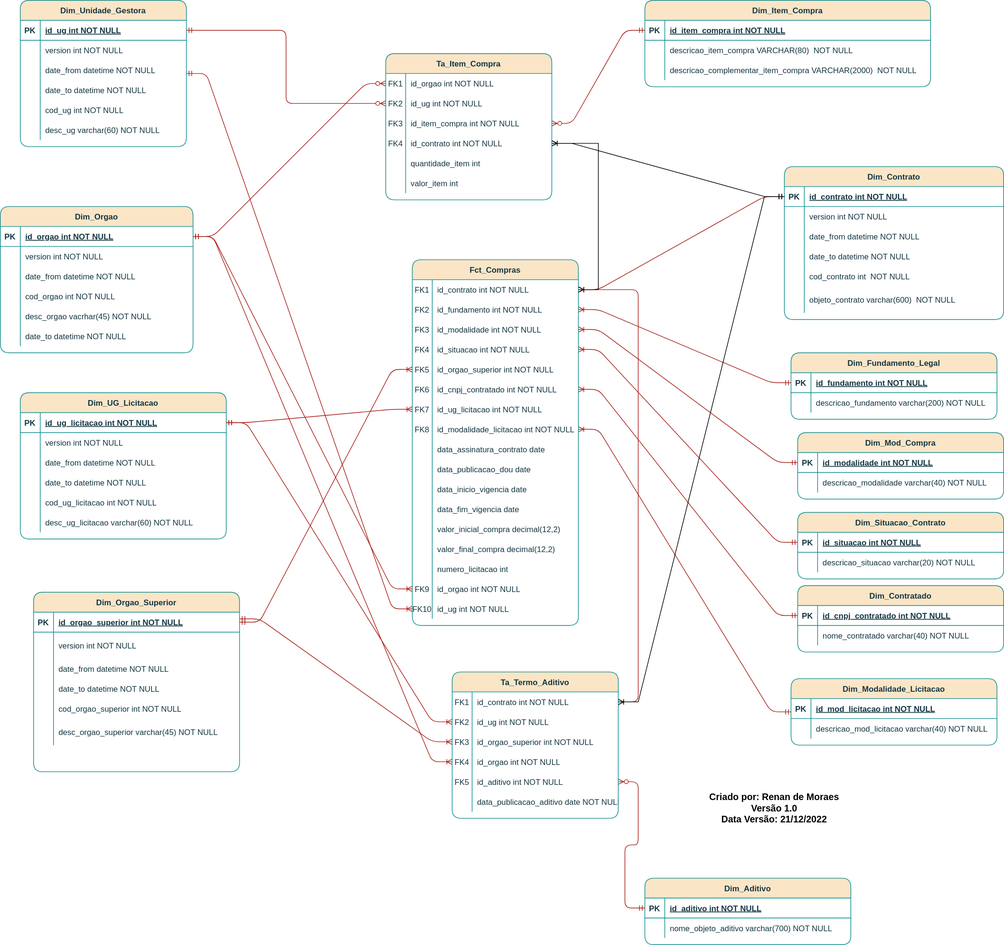
The draw.io diagram DW-COMPRAS-GOV-FEDERAL.svg in mpraes/projeto_dados_gov_federal, before a commit. Source tidied: cells renumbered, new cells last; positions are measured from the earlier drawing's top-left corner, leaving out a move shared by most shapes.
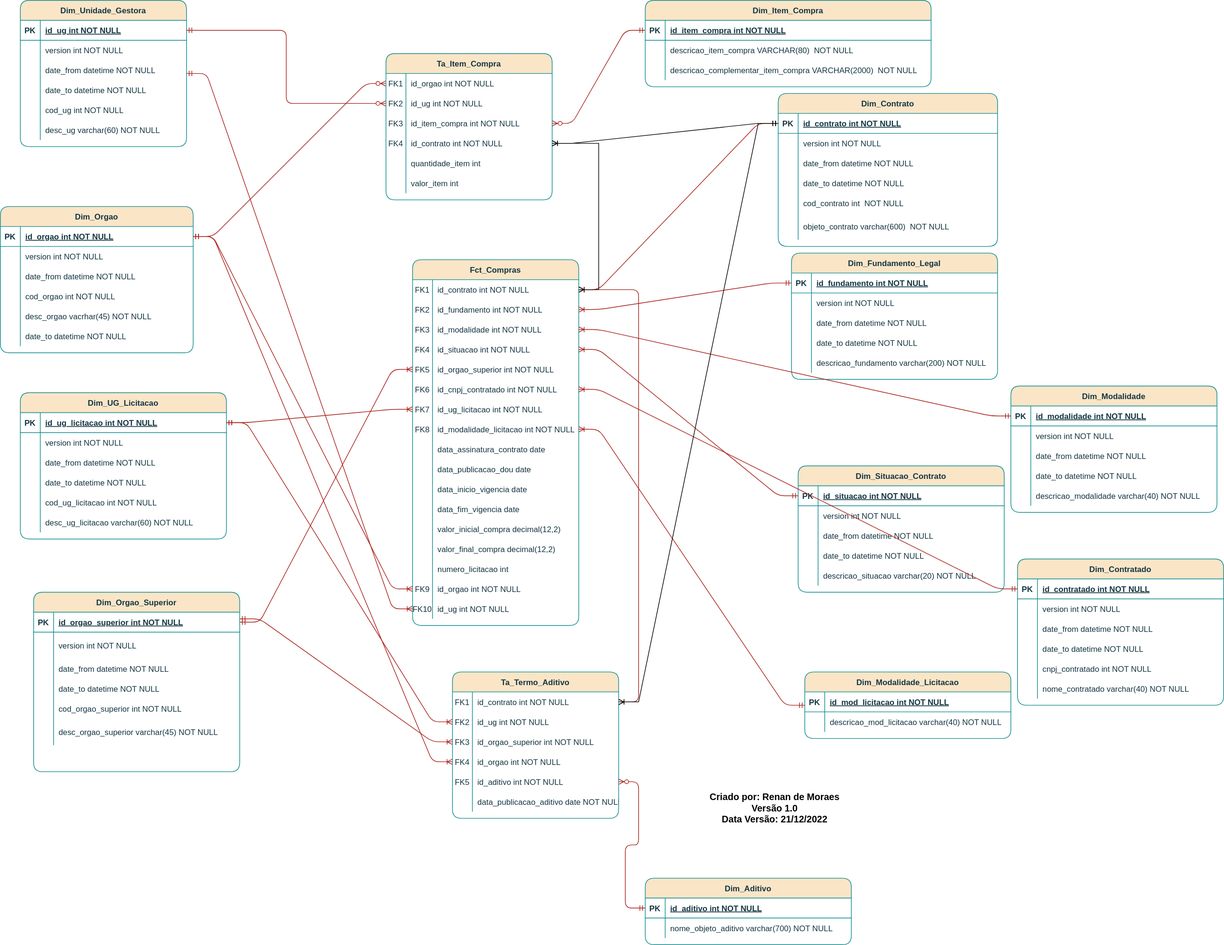
The same diagram one commit later.

What changed in the source:
```diff
@@ -215,3 +215,3 @@
     <mxCell id="72" value="Dim_Contrato" style="shape=table;startSize=30;rowLines=0;fontStyle=1;align=center;labelBackgroundColor=none;fillColor=#FAE5C7;strokeColor=#0F8B8D;fontColor=#143642;rounded=1;" parent="1" vertex="1">
-      <mxGeometry x="1180" y="250" width="330" height="230" as="geometry" />
+      <mxGeometry x="1170" y="140" width="330" height="230" as="geometry" />
     </mxCell>
@@ -272,3 +272,3 @@
     <mxCell id="91" value="Dim_Fundamento_Legal" style="shape=table;startSize=30;rowLines=0;fontStyle=1;align=center;labelBackgroundColor=none;fillColor=#FAE5C7;strokeColor=#0F8B8D;fontColor=#143642;rounded=1;" parent="1" vertex="1">
-      <mxGeometry x="1190" y="530" width="310" height="100" as="geometry" />
+      <mxGeometry x="1190" y="380" width="310" height="190" as="geometry" />
     </mxCell>
@@ -289,7 +289,34 @@
     </mxCell>
-    <mxCell id="97" value="descricao_fundamento varchar(200) NOT NULL" style="shape=partialRectangle;overflow=hidden;fillColor=none;top=0;left=0;bottom=0;right=0;align=left;spacingLeft=6;labelBackgroundColor=none;strokeColor=#0F8B8D;fontColor=#143642;rounded=1;" parent="95" vertex="1">
+    <mxCell id="97" value="version int NOT NULL" style="shape=partialRectangle;overflow=hidden;fillColor=none;top=0;left=0;bottom=0;right=0;align=left;spacingLeft=6;labelBackgroundColor=none;strokeColor=#0F8B8D;fontColor=#143642;rounded=1;" parent="95" vertex="1">
       <mxGeometry x="30" width="280" height="30" as="geometry" />
     </mxCell>
+    <mxCell id="261" style="shape=partialRectangle;fillColor=none;top=0;left=0;right=0;bottom=0;labelBackgroundColor=none;strokeColor=#0F8B8D;fontColor=#143642;rounded=1;" parent="91" vertex="1">
+      <mxGeometry y="90" width="310" height="30" as="geometry" />
+    </mxCell>
+    <mxCell id="262" style="shape=partialRectangle;overflow=hidden;fillColor=none;top=0;left=0;bottom=0;right=0;labelBackgroundColor=none;strokeColor=#0F8B8D;fontColor=#143642;rounded=1;" parent="261" vertex="1">
+      <mxGeometry width="30" height="30" as="geometry" />
+    </mxCell>
+    <mxCell id="263" value="date_from datetime NOT NULL" style="shape=partialRectangle;overflow=hidden;fillColor=none;top=0;left=0;bottom=0;right=0;align=left;spacingLeft=6;labelBackgroundColor=none;strokeColor=#0F8B8D;fontColor=#143642;rounded=1;" parent="261" vertex="1">
+      <mxGeometry x="30" width="280" height="30" as="geometry" />
+    </mxCell>
+    <mxCell id="264" style="shape=partialRectangle;fillColor=none;top=0;left=0;right=0;bottom=0;labelBackgroundColor=none;strokeColor=#0F8B8D;fontColor=#143642;rounded=1;" parent="91" vertex="1">
+      <mxGeometry y="120" width="310" height="30" as="geometry" />
+    </mxCell>
+    <mxCell id="265" style="shape=partialRectangle;overflow=hidden;fillColor=none;top=0;left=0;bottom=0;right=0;labelBackgroundColor=none;strokeColor=#0F8B8D;fontColor=#143642;rounded=1;" parent="264" vertex="1">
+      <mxGeometry width="30" height="30" as="geometry" />
+    </mxCell>
+    <mxCell id="266" value="date_to datetime NOT NULL" style="shape=partialRectangle;overflow=hidden;fillColor=none;top=0;left=0;bottom=0;right=0;align=left;spacingLeft=6;labelBackgroundColor=none;strokeColor=#0F8B8D;fontColor=#143642;rounded=1;" parent="264" vertex="1">
+      <mxGeometry x="30" width="280" height="30" as="geometry" />
+    </mxCell>
+    <mxCell id="267" style="shape=partialRectangle;fillColor=none;top=0;left=0;right=0;bottom=0;labelBackgroundColor=none;strokeColor=#0F8B8D;fontColor=#143642;rounded=1;" parent="91" vertex="1">
+      <mxGeometry y="150" width="310" height="30" as="geometry" />
+    </mxCell>
+    <mxCell id="268" style="shape=partialRectangle;overflow=hidden;fillColor=none;top=0;left=0;bottom=0;right=0;labelBackgroundColor=none;strokeColor=#0F8B8D;fontColor=#143642;rounded=1;" parent="267" vertex="1">
+      <mxGeometry width="30" height="30" as="geometry" />
+    </mxCell>
+    <mxCell id="269" value="descricao_fundamento varchar(200) NOT NULL" style="shape=partialRectangle;overflow=hidden;fillColor=none;top=0;left=0;bottom=0;right=0;align=left;spacingLeft=6;labelBackgroundColor=none;strokeColor=#0F8B8D;fontColor=#143642;rounded=1;" parent="267" vertex="1">
+      <mxGeometry x="30" width="280" height="30" as="geometry" />
+    </mxCell>
-    <mxCell id="98" value="Dim_Mod_Compra" style="shape=table;startSize=30;rowLines=0;fontStyle=1;align=center;labelBackgroundColor=none;fillColor=#FAE5C7;strokeColor=#0F8B8D;fontColor=#143642;rounded=1;" parent="1" vertex="1">
-      <mxGeometry x="1200" y="650" width="310" height="100" as="geometry" />
+    <mxCell id="98" value="Dim_Modalidade" style="shape=table;startSize=30;rowLines=0;fontStyle=1;align=center;labelBackgroundColor=none;fillColor=#FAE5C7;strokeColor=#0F8B8D;fontColor=#143642;rounded=1;" parent="1" vertex="1">
+      <mxGeometry x="1520" y="580" width="310" height="190" as="geometry" />
     </mxCell>
@@ -310,7 +337,34 @@
     </mxCell>
-    <mxCell id="104" value="descricao_modalidade varchar(40) NOT NULL" style="shape=partialRectangle;overflow=hidden;fillColor=none;top=0;left=0;bottom=0;right=0;align=left;spacingLeft=6;labelBackgroundColor=none;strokeColor=#0F8B8D;fontColor=#143642;rounded=1;" parent="102" vertex="1">
+    <mxCell id="104" value="version int NOT NULL" style="shape=partialRectangle;overflow=hidden;fillColor=none;top=0;left=0;bottom=0;right=0;align=left;spacingLeft=6;labelBackgroundColor=none;strokeColor=#0F8B8D;fontColor=#143642;rounded=1;" parent="102" vertex="1">
       <mxGeometry x="30" width="280" height="30" as="geometry" />
     </mxCell>
+    <mxCell id="270" style="shape=partialRectangle;fillColor=none;top=0;left=0;right=0;bottom=0;labelBackgroundColor=none;strokeColor=#0F8B8D;fontColor=#143642;rounded=1;" parent="98" vertex="1">
+      <mxGeometry y="90" width="310" height="30" as="geometry" />
+    </mxCell>
+    <mxCell id="271" style="shape=partialRectangle;overflow=hidden;fillColor=none;top=0;left=0;bottom=0;right=0;labelBackgroundColor=none;strokeColor=#0F8B8D;fontColor=#143642;rounded=1;" parent="270" vertex="1">
+      <mxGeometry width="30" height="30" as="geometry" />
+    </mxCell>
+    <mxCell id="272" value="date_from datetime NOT NULL" style="shape=partialRectangle;overflow=hidden;fillColor=none;top=0;left=0;bottom=0;right=0;align=left;spacingLeft=6;labelBackgroundColor=none;strokeColor=#0F8B8D;fontColor=#143642;rounded=1;" parent="270" vertex="1">
+      <mxGeometry x="30" width="280" height="30" as="geometry" />
+    </mxCell>
+    <mxCell id="273" style="shape=partialRectangle;fillColor=none;top=0;left=0;right=0;bottom=0;labelBackgroundColor=none;strokeColor=#0F8B8D;fontColor=#143642;rounded=1;" parent="98" vertex="1">
+      <mxGeometry y="120" width="310" height="30" as="geometry" />
+    </mxCell>
+    <mxCell id="274" style="shape=partialRectangle;overflow=hidden;fillColor=none;top=0;left=0;bottom=0;right=0;labelBackgroundColor=none;strokeColor=#0F8B8D;fontColor=#143642;rounded=1;" parent="273" vertex="1">
+      <mxGeometry width="30" height="30" as="geometry" />
+    </mxCell>
+    <mxCell id="275" value="date_to datetime NOT NULL" style="shape=partialRectangle;overflow=hidden;fillColor=none;top=0;left=0;bottom=0;right=0;align=left;spacingLeft=6;labelBackgroundColor=none;strokeColor=#0F8B8D;fontColor=#143642;rounded=1;" parent="273" vertex="1">
+      <mxGeometry x="30" width="280" height="30" as="geometry" />
+    </mxCell>
+    <mxCell id="276" style="shape=partialRectangle;fillColor=none;top=0;left=0;right=0;bottom=0;labelBackgroundColor=none;strokeColor=#0F8B8D;fontColor=#143642;rounded=1;" parent="98" vertex="1">
+      <mxGeometry y="150" width="310" height="30" as="geometry" />
+    </mxCell>
+    <mxCell id="277" style="shape=partialRectangle;overflow=hidden;fillColor=none;top=0;left=0;bottom=0;right=0;labelBackgroundColor=none;strokeColor=#0F8B8D;fontColor=#143642;rounded=1;" parent="276" vertex="1">
+      <mxGeometry width="30" height="30" as="geometry" />
+    </mxCell>
+    <mxCell id="278" value="descricao_modalidade varchar(40) NOT NULL" style="shape=partialRectangle;overflow=hidden;fillColor=none;top=0;left=0;bottom=0;right=0;align=left;spacingLeft=6;labelBackgroundColor=none;strokeColor=#0F8B8D;fontColor=#143642;rounded=1;" parent="276" vertex="1">
+      <mxGeometry x="30" width="280" height="30" as="geometry" />
+    </mxCell>
     <mxCell id="105" value="Dim_Situacao_Contrato" style="shape=table;startSize=30;rowLines=0;fontStyle=1;align=center;labelBackgroundColor=none;fillColor=#FAE5C7;strokeColor=#0F8B8D;fontColor=#143642;rounded=1;" parent="1" vertex="1">
-      <mxGeometry x="1200" y="770" width="310" height="100" as="geometry" />
+      <mxGeometry x="1200" y="700" width="310" height="190" as="geometry" />
     </mxCell>
@@ -331,5 +385,32 @@
     </mxCell>
-    <mxCell id="111" value="descricao_situacao varchar(20) NOT NULL" style="shape=partialRectangle;overflow=hidden;fillColor=none;top=0;left=0;bottom=0;right=0;align=left;spacingLeft=6;labelBackgroundColor=none;strokeColor=#0F8B8D;fontColor=#143642;rounded=1;" parent="109" vertex="1">
+    <mxCell id="111" value="version int NOT NULL" style="shape=partialRectangle;overflow=hidden;fillColor=none;top=0;left=0;bottom=0;right=0;align=left;spacingLeft=6;labelBackgroundColor=none;strokeColor=#0F8B8D;fontColor=#143642;rounded=1;" parent="109" vertex="1">
       <mxGeometry x="30" width="280" height="30" as="geometry" />
     </mxCell>
+    <mxCell id="279" style="shape=partialRectangle;fillColor=none;top=0;left=0;right=0;bottom=0;labelBackgroundColor=none;strokeColor=#0F8B8D;fontColor=#143642;rounded=1;" parent="105" vertex="1">
+      <mxGeometry y="90" width="310" height="30" as="geometry" />
+    </mxCell>
+    <mxCell id="280" style="shape=partialRectangle;overflow=hidden;fillColor=none;top=0;left=0;bottom=0;right=0;labelBackgroundColor=none;strokeColor=#0F8B8D;fontColor=#143642;rounded=1;" parent="279" vertex="1">
+      <mxGeometry width="30" height="30" as="geometry" />
+    </mxCell>
+    <mxCell id="281" value="date_from datetime NOT NULL" style="shape=partialRectangle;overflow=hidden;fillColor=none;top=0;left=0;bottom=0;right=0;align=left;spacingLeft=6;labelBackgroundColor=none;strokeColor=#0F8B8D;fontColor=#143642;rounded=1;" parent="279" vertex="1">
+      <mxGeometry x="30" width="280" height="30" as="geometry" />
+    </mxCell>
+    <mxCell id="282" style="shape=partialRectangle;fillColor=none;top=0;left=0;right=0;bottom=0;labelBackgroundColor=none;strokeColor=#0F8B8D;fontColor=#143642;rounded=1;" parent="105" vertex="1">
+      <mxGeometry y="120" width="310" height="30" as="geometry" />
+    </mxCell>
+    <mxCell id="283" style="shape=partialRectangle;overflow=hidden;fillColor=none;top=0;left=0;bottom=0;right=0;labelBackgroundColor=none;strokeColor=#0F8B8D;fontColor=#143642;rounded=1;" parent="282" vertex="1">
+      <mxGeometry width="30" height="30" as="geometry" />
+    </mxCell>
+    <mxCell id="284" value="date_to datetime NOT NULL" style="shape=partialRectangle;overflow=hidden;fillColor=none;top=0;left=0;bottom=0;right=0;align=left;spacingLeft=6;labelBackgroundColor=none;strokeColor=#0F8B8D;fontColor=#143642;rounded=1;" parent="282" vertex="1">
+      <mxGeometry x="30" width="280" height="30" as="geometry" />
+    </mxCell>
+    <mxCell id="285" style="shape=partialRectangle;fillColor=none;top=0;left=0;right=0;bottom=0;labelBackgroundColor=none;strokeColor=#0F8B8D;fontColor=#143642;rounded=1;" parent="105" vertex="1">
+      <mxGeometry y="150" width="310" height="30" as="geometry" />
+    </mxCell>
+    <mxCell id="286" style="shape=partialRectangle;overflow=hidden;fillColor=none;top=0;left=0;bottom=0;right=0;labelBackgroundColor=none;strokeColor=#0F8B8D;fontColor=#143642;rounded=1;" parent="285" vertex="1">
+      <mxGeometry width="30" height="30" as="geometry" />
+    </mxCell>
+    <mxCell id="287" value="descricao_situacao varchar(20) NOT NULL" style="shape=partialRectangle;overflow=hidden;fillColor=none;top=0;left=0;bottom=0;right=0;align=left;spacingLeft=6;labelBackgroundColor=none;strokeColor=#0F8B8D;fontColor=#143642;rounded=1;" parent="285" vertex="1">
+      <mxGeometry x="30" width="280" height="30" as="geometry" />
+    </mxCell>
     <mxCell id="112" value="Dim_Orgao_Superior" style="shape=table;startSize=30;rowLines=0;fontStyle=1;align=center;labelBackgroundColor=none;fillColor=#FAE5C7;strokeColor=#0F8B8D;fontColor=#143642;rounded=1;" parent="1" vertex="1">
@@ -392,3 +473,3 @@
     <mxCell id="131" value="Dim_Contratado" style="shape=table;startSize=30;rowLines=0;fontStyle=1;align=center;labelBackgroundColor=none;fillColor=#FAE5C7;strokeColor=#0F8B8D;fontColor=#143642;rounded=1;" parent="1" vertex="1">
-      <mxGeometry x="1200" y="880" width="310" height="100" as="geometry" />
+      <mxGeometry x="1530" y="840" width="310" height="220" as="geometry" />
     </mxCell>
@@ -400,3 +481,3 @@
     </mxCell>
-    <mxCell id="134" value="id_cnpj_contratado int NOT NULL " style="shape=partialRectangle;overflow=hidden;fillColor=none;top=0;left=0;bottom=0;right=0;align=left;spacingLeft=6;fontStyle=5;labelBackgroundColor=none;strokeColor=#0F8B8D;fontColor=#143642;rounded=1;" parent="132" vertex="1">
+    <mxCell id="134" value="id_contratado int NOT NULL " style="shape=partialRectangle;overflow=hidden;fillColor=none;top=0;left=0;bottom=0;right=0;align=left;spacingLeft=6;fontStyle=5;labelBackgroundColor=none;strokeColor=#0F8B8D;fontColor=#143642;rounded=1;" parent="132" vertex="1">
       <mxGeometry x="30" width="280" height="30" as="geometry" />
@@ -409,5 +490,41 @@
     </mxCell>
-    <mxCell id="137" value="nome_contratado varchar(40) NOT NULL" style="shape=partialRectangle;overflow=hidden;fillColor=none;top=0;left=0;bottom=0;right=0;align=left;spacingLeft=6;labelBackgroundColor=none;strokeColor=#0F8B8D;fontColor=#143642;rounded=1;" parent="135" vertex="1">
+    <mxCell id="137" value="version int NOT NULL" style="shape=partialRectangle;overflow=hidden;fillColor=none;top=0;left=0;bottom=0;right=0;align=left;spacingLeft=6;labelBackgroundColor=none;strokeColor=#0F8B8D;fontColor=#143642;rounded=1;" parent="135" vertex="1">
       <mxGeometry x="30" width="280" height="30" as="geometry" />
     </mxCell>
+    <mxCell id="288" style="shape=partialRectangle;fillColor=none;top=0;left=0;right=0;bottom=0;labelBackgroundColor=none;strokeColor=#0F8B8D;fontColor=#143642;rounded=1;" parent="131" vertex="1">
+      <mxGeometry y="90" width="310" height="30" as="geometry" />
+    </mxCell>
+    <mxCell id="289" style="shape=partialRectangle;overflow=hidden;fillColor=none;top=0;left=0;bottom=0;right=0;labelBackgroundColor=none;strokeColor=#0F8B8D;fontColor=#143642;rounded=1;" parent="288" vertex="1">
+      <mxGeometry width="30" height="30" as="geometry" />
+    </mxCell>
+    <mxCell id="290" value="date_from datetime NOT NULL" style="shape=partialRectangle;overflow=hidden;fillColor=none;top=0;left=0;bottom=0;right=0;align=left;spacingLeft=6;labelBackgroundColor=none;strokeColor=#0F8B8D;fontColor=#143642;rounded=1;" parent="288" vertex="1">
+      <mxGeometry x="30" width="280" height="30" as="geometry" />
+    </mxCell>
+    <mxCell id="291" style="shape=partialRectangle;fillColor=none;top=0;left=0;right=0;bottom=0;labelBackgroundColor=none;strokeColor=#0F8B8D;fontColor=#143642;rounded=1;" parent="131" vertex="1">
+      <mxGeometry y="120" width="310" height="30" as="geometry" />
+    </mxCell>
+    <mxCell id="292" style="shape=partialRectangle;overflow=hidden;fillColor=none;top=0;left=0;bottom=0;right=0;labelBackgroundColor=none;strokeColor=#0F8B8D;fontColor=#143642;rounded=1;" parent="291" vertex="1">
+      <mxGeometry width="30" height="30" as="geometry" />
+    </mxCell>
+    <mxCell id="293" value="date_to datetime NOT NULL" style="shape=partialRectangle;overflow=hidden;fillColor=none;top=0;left=0;bottom=0;right=0;align=left;spacingLeft=6;labelBackgroundColor=none;strokeColor=#0F8B8D;fontColor=#143642;rounded=1;" parent="291" vertex="1">
+      <mxGeometry x="30" width="280" height="30" as="geometry" />
+    </mxCell>
+    <mxCell id="294" style="shape=partialRectangle;fillColor=none;top=0;left=0;right=0;bottom=0;labelBackgroundColor=none;strokeColor=#0F8B8D;fontColor=#143642;rounded=1;" parent="131" vertex="1">
+      <mxGeometry y="150" width="310" height="30" as="geometry" />
+    </mxCell>
+    <mxCell id="295" style="shape=partialRectangle;overflow=hidden;fillColor=none;top=0;left=0;bottom=0;right=0;labelBackgroundColor=none;strokeColor=#0F8B8D;fontColor=#143642;rounded=1;" parent="294" vertex="1">
+      <mxGeometry width="30" height="30" as="geometry" />
+    </mxCell>
+    <mxCell id="296" value="cnpj_contratado int NOT NULL" style="shape=partialRectangle;overflow=hidden;fillColor=none;top=0;left=0;bottom=0;right=0;align=left;spacingLeft=6;labelBackgroundColor=none;strokeColor=#0F8B8D;fontColor=#143642;rounded=1;" parent="294" vertex="1">
+      <mxGeometry x="30" width="280" height="30" as="geometry" />
+    </mxCell>
+    <mxCell id="297" style="shape=partialRectangle;fillColor=none;top=0;left=0;right=0;bottom=0;labelBackgroundColor=none;strokeColor=#0F8B8D;fontColor=#143642;rounded=1;" parent="131" vertex="1">
+      <mxGeometry y="180" width="310" height="30" as="geometry" />
+    </mxCell>
+    <mxCell id="298" style="shape=partialRectangle;overflow=hidden;fillColor=none;top=0;left=0;bottom=0;right=0;labelBackgroundColor=none;strokeColor=#0F8B8D;fontColor=#143642;rounded=1;" parent="297" vertex="1">
+      <mxGeometry width="30" height="30" as="geometry" />
+    </mxCell>
+    <mxCell id="299" value="nome_contratado varchar(40) NOT NULL" style="shape=partialRectangle;overflow=hidden;fillColor=none;top=0;left=0;bottom=0;right=0;align=left;spacingLeft=6;labelBackgroundColor=none;strokeColor=#0F8B8D;fontColor=#143642;rounded=1;" parent="297" vertex="1">
+      <mxGeometry x="30" width="280" height="30" as="geometry" />
+    </mxCell>
     <mxCell id="138" value="Fct_Compras" style="shape=table;startSize=30;rowLines=0;fontStyle=1;align=center;labelBackgroundColor=none;fillColor=#FAE5C7;strokeColor=#0F8B8D;fontColor=#143642;rounded=1;" parent="1" vertex="1">
@@ -654,3 +771,3 @@
     <mxCell id="217" value="Dim_Modalidade_Licitacao" style="shape=table;startSize=30;rowLines=0;fontStyle=1;align=center;labelBackgroundColor=none;fillColor=#FAE5C7;strokeColor=#0F8B8D;fontColor=#143642;rounded=1;" parent="1" vertex="1">
-      <mxGeometry x="1190" y="1020" width="310" height="100" as="geometry" />
+      <mxGeometry x="1210" y="1010" width="310" height="100" as="geometry" />
     </mxCell>
```
